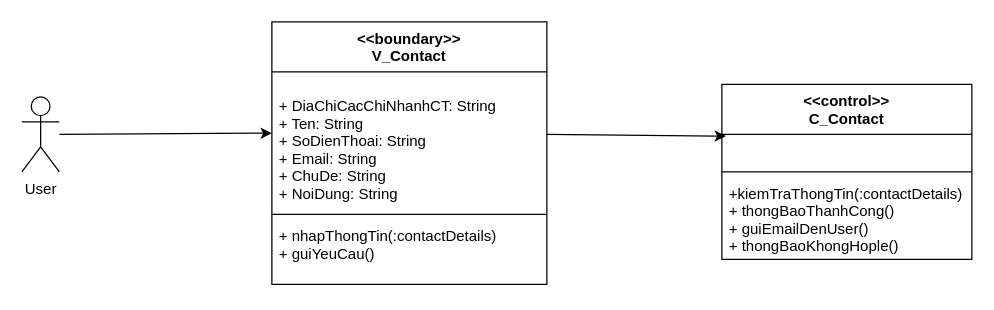
The draw.io diagram Lop_tham_gia_Usecase/Duy's ClassUC/GuiYeuCauLienHeNPPClass.drawio in hoangminh15/PTTKHT, before the edit. Source tidied: cells renumbered, new cells numbered last; positions are measured from the earlier drawing's top-left corner, leaving out a move shared by most shapes. Both pictures are drawn from the tidied source at 125%, with x=0, y=0 at pixel (21, 21).
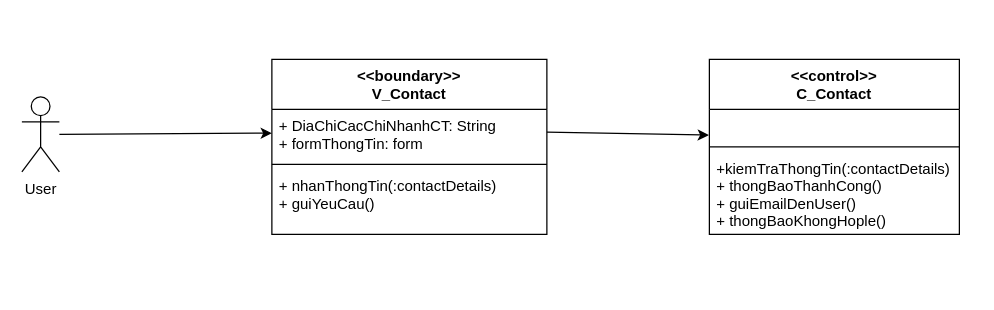
Above is the later version.

Change to the diagram source:
```diff
@@
 <mxGraphModel>
   <root>
     <mxCell id="0" />
     <mxCell id="1" parent="0" />
     <mxCell id="2" value="User" style="shape=umlActor;verticalLabelPosition=bottom;verticalAlign=top;html=1;outlineConnect=0;" parent="1" vertex="1">
       <mxGeometry y="60" width="30" height="60" as="geometry" />
     </mxCell>
     <mxCell id="3" value="&lt;&lt;boundary&gt;&gt;&#10;V_Contact" style="swimlane;fontStyle=1;align=center;verticalAlign=top;horizontal=1;startSize=40;" parent="1" vertex="1">
-      <mxGeometry x="200" width="220" height="210" as="geometry" />
+      <mxGeometry x="200" y="30" width="220" height="140" as="geometry" />
     </mxCell>
-    <mxCell id="4" value="&#10;+ DiaChiCacChiNhanhCT: String&#10;+ Ten: String&#10;+ SoDienThoai: String&#10;+ Email: String&#10;+ ChuDe: String&#10;+ NoiDung: String " style="text;strokeColor=none;fillColor=none;align=left;verticalAlign=top;spacingLeft=4;spacingRight=4;overflow=hidden;points=[[0,0.5],[1,0.5]];portConstraint=eastwest;" parent="3" vertex="1">
-      <mxGeometry y="40" width="220" height="110" as="geometry" />
+    <mxCell id="4" value="+ DiaChiCacChiNhanhCT: String&#10;+ formThongTin: form" style="text;strokeColor=none;fillColor=none;align=left;verticalAlign=top;spacingLeft=4;spacingRight=4;overflow=hidden;points=[[0,0.5],[1,0.5]];portConstraint=eastwest;" parent="3" vertex="1">
+      <mxGeometry y="40" width="220" height="40" as="geometry" />
     </mxCell>
     <mxCell id="5" style="line;strokeWidth=1;fillColor=none;align=left;verticalAlign=middle;spacingTop=-1;spacingLeft=3;spacingRight=3;labelPosition=right;" parent="3" vertex="1">
-      <mxGeometry y="150" width="220" height="8" as="geometry" />
+      <mxGeometry y="80" width="220" height="8" as="geometry" />
     </mxCell>
-    <mxCell id="6" value="+ nhapThongTin(:contactDetails)&#10;+ guiYeuCau()" style="text;strokeColor=none;fillColor=none;align=left;verticalAlign=top;spacingLeft=4;spacingRight=4;overflow=hidden;" parent="3" vertex="1">
-      <mxGeometry y="158" width="220" height="52" as="geometry" />
+    <mxCell id="6" value="+ nhanThongTin(:contactDetails)&#10;+ guiYeuCau()" style="text;strokeColor=none;fillColor=none;align=left;verticalAlign=top;spacingLeft=4;spacingRight=4;overflow=hidden;" parent="3" vertex="1">
+      <mxGeometry y="88" width="220" height="52" as="geometry" />
     </mxCell>
-    <mxCell id="7" style="endArrow=classic;html=1;entryX=0.016;entryY=0.054;entryDx=0;entryDy=0;entryPerimeter=0;exitX=1;exitY=0.455;exitDx=0;exitDy=0;exitPerimeter=0;" parent="1" edge="1" source="4" target="10">
+    <mxCell id="7" style="endArrow=classic;html=1;entryX=-0.002;entryY=0.792;entryDx=0;entryDy=0;exitX=1;exitY=0.455;exitDx=0;exitDy=0;exitPerimeter=0;entryPerimeter=0;" parent="1" edge="1" source="4" target="10">
       <mxGeometry relative="1" as="geometry" />
     </mxCell>
     <mxCell id="8" style="endArrow=classic;html=1;" parent="1" edge="1" source="2">
       <mxGeometry relative="1" as="geometry">
         <mxPoint x="200" y="89" as="targetPoint" />
       </mxGeometry>
     </mxCell>
     <mxCell id="9" value="&lt;&lt;control&gt;&gt;&#10;C_Contact" style="swimlane;fontStyle=1;align=center;verticalAlign=top;horizontal=1;startSize=40;" parent="1" vertex="1">
-      <mxGeometry x="560" y="50" width="200" height="140" as="geometry" />
+      <mxGeometry x="550" y="30" width="200" height="140" as="geometry" />
     </mxCell>
     <mxCell id="10" value="   " style="text;strokeColor=none;fillColor=none;align=left;verticalAlign=top;spacingLeft=4;spacingRight=4;overflow=hidden;points=[[0,0.5],[1,0.5]];portConstraint=eastwest;" parent="9" vertex="1">
       <mxGeometry y="40" width="200" height="26" as="geometry" />
     </mxCell>
     <mxCell id="11" style="line;strokeWidth=1;fillColor=none;align=left;verticalAlign=middle;spacingTop=-1;spacingLeft=3;spacingRight=3;labelPosition=right;" parent="9" vertex="1">
       <mxGeometry y="66" width="200" height="8" as="geometry" />
     </mxCell>
     <mxCell id="12" value="+kiemTraThongTin(:contactDetails)&#10;+ thongBaoThanhCong()&#10;+ guiEmailDenUser()&#10;+ thongBaoKhongHople()" style="text;strokeColor=none;fillColor=none;align=left;verticalAlign=top;spacingLeft=4;spacingRight=4;overflow=hidden;" parent="9" vertex="1">
       <mxGeometry y="74" width="200" height="66" as="geometry" />
     </mxCell>
   </root>
 </mxGraphModel>
```
